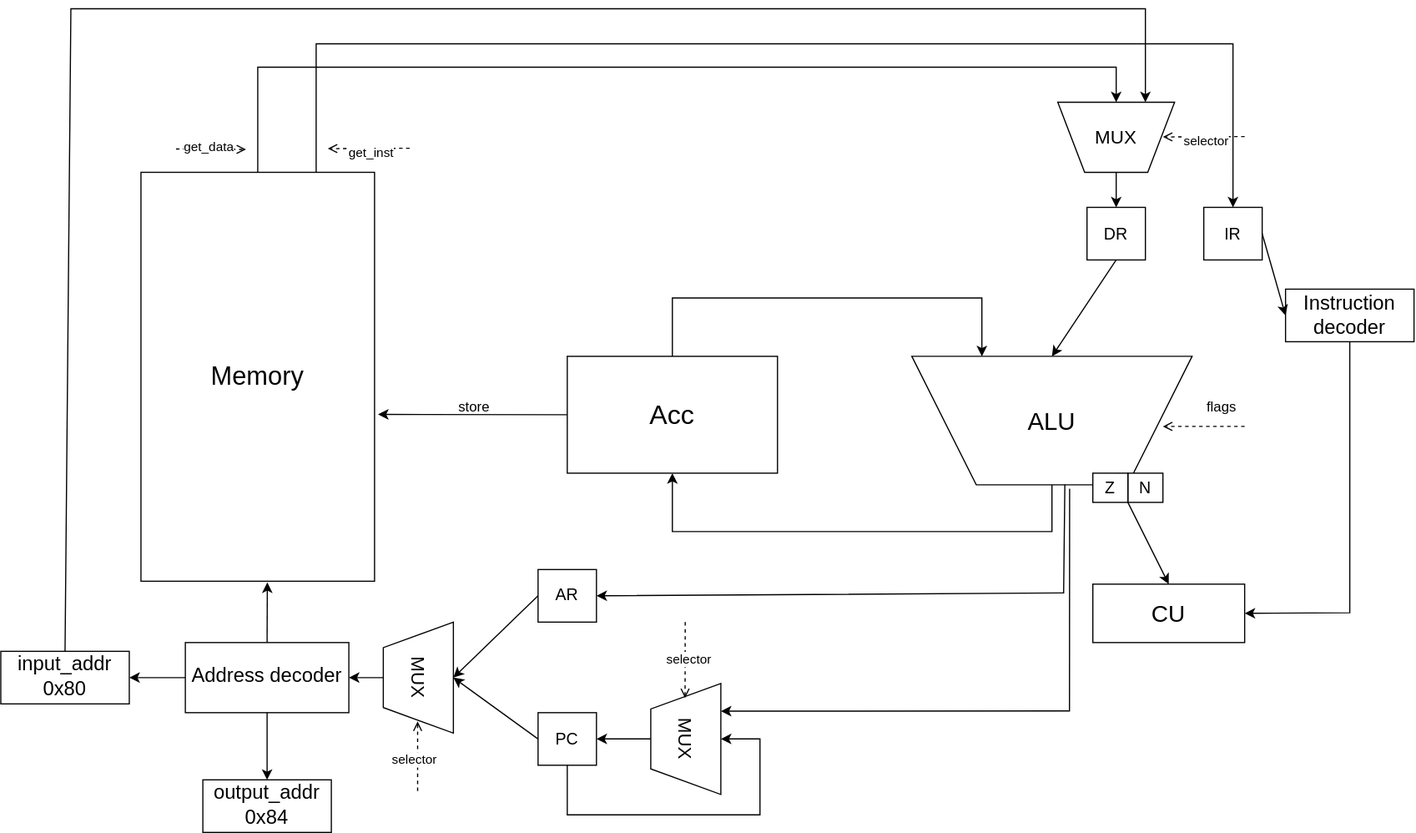
anasttass/itmo keeps this draw.io diagram as csa/Acc.svg. Above is the earlier version. Source tidied: cells renumbered, new cells last; positions are measured from the earlier drawing's top-left corner, leaving out a move shared by most shapes. Source of this version:
```xml
<mxGraphModel>
  <root>
    <mxCell id="0" />
    <mxCell id="1" parent="0" />
    <mxCell id="2" value="&lt;font style=&quot;font-size: 22px;&quot;&gt;Memory&lt;/font&gt;" style="rounded=0;whiteSpace=wrap;html=1;" parent="1" vertex="1">
      <mxGeometry x="120" y="140" width="200" height="350" as="geometry" />
    </mxCell>
    <mxCell id="3" value="&lt;font style=&quot;font-size: 23px;&quot;&gt;Acc&lt;/font&gt;" style="rounded=0;whiteSpace=wrap;html=1;" parent="1" vertex="1">
      <mxGeometry x="485" y="297.5" width="180" height="100" as="geometry" />
    </mxCell>
    <mxCell id="4" value="&lt;font style=&quot;font-size: 17px;&quot;&gt;Address decoder&lt;/font&gt;" style="rounded=0;whiteSpace=wrap;html=1;" parent="1" vertex="1">
      <mxGeometry x="158" y="542.5" width="140" height="60" as="geometry" />
    </mxCell>
    <mxCell id="5" value="&lt;font style=&quot;font-size: 17px;&quot;&gt;Instruction decoder&lt;/font&gt;" style="rounded=0;whiteSpace=wrap;html=1;" parent="1" vertex="1">
      <mxGeometry x="1100" y="240" width="110" height="45" as="geometry" />
    </mxCell>
    <mxCell id="6" value="&lt;span style=&quot;font-size: 17px;&quot;&gt;input_addr&lt;/span&gt;&lt;div&gt;&lt;span style=&quot;font-size: 17px;&quot;&gt;0x80&lt;/span&gt;&lt;/div&gt;" style="rounded=0;whiteSpace=wrap;html=1;" parent="1" vertex="1">
      <mxGeometry y="550" width="110" height="45" as="geometry" />
    </mxCell>
    <mxCell id="7" value="&lt;span style=&quot;font-size: 17px;&quot;&gt;output_addr&lt;/span&gt;&lt;div&gt;&lt;span style=&quot;font-size: 17px;&quot;&gt;0x84&lt;/span&gt;&lt;/div&gt;" style="rounded=0;whiteSpace=wrap;html=1;" parent="1" vertex="1">
      <mxGeometry x="173" y="660" width="110" height="45" as="geometry" />
    </mxCell>
    <mxCell id="8" value="&lt;font style=&quot;font-size: 14px;&quot;&gt;PC&lt;/font&gt;" style="rounded=0;whiteSpace=wrap;html=1;" parent="1" vertex="1">
      <mxGeometry x="460" y="602.5" width="50" height="45" as="geometry" />
    </mxCell>
    <mxCell id="9" value="&lt;font style=&quot;font-size: 14px;&quot;&gt;IR&lt;/font&gt;" style="rounded=0;whiteSpace=wrap;html=1;" parent="1" vertex="1">
      <mxGeometry x="1030" y="170" width="50" height="45" as="geometry" />
    </mxCell>
    <mxCell id="10" value="&lt;span style=&quot;font-size: 14px;&quot;&gt;DR&lt;/span&gt;" style="rounded=0;whiteSpace=wrap;html=1;" parent="1" vertex="1">
      <mxGeometry x="930" y="170" width="50" height="45" as="geometry" />
    </mxCell>
    <mxCell id="11" value="&lt;font style=&quot;font-size: 21px;&quot;&gt;ALU&lt;/font&gt;" style="verticalLabelPosition=middle;verticalAlign=middle;html=1;shape=trapezoid;perimeter=trapezoidPerimeter;whiteSpace=wrap;size=0.23;arcSize=10;flipV=1;labelPosition=center;align=center;" parent="1" vertex="1">
      <mxGeometry x="780" y="297.5" width="240" height="110" as="geometry" />
    </mxCell>
    <mxCell id="12" value="&lt;font style=&quot;font-size: 16px;&quot;&gt;MUX&lt;/font&gt;" style="verticalLabelPosition=middle;verticalAlign=middle;html=1;shape=trapezoid;perimeter=trapezoidPerimeter;whiteSpace=wrap;size=0.23;arcSize=10;flipV=1;labelPosition=center;align=center;" parent="1" vertex="1">
      <mxGeometry x="905" y="80" width="100" height="60" as="geometry" />
    </mxCell>
    <mxCell id="13" value="&lt;font style=&quot;font-size: 16px;&quot;&gt;MUX&lt;/font&gt;" style="verticalLabelPosition=middle;verticalAlign=middle;html=1;shape=trapezoid;perimeter=trapezoidPerimeter;whiteSpace=wrap;size=0.23;arcSize=10;flipV=1;labelPosition=center;align=center;rotation=90;" parent="1" vertex="1">
      <mxGeometry x="539" y="595" width="95" height="60" as="geometry" />
    </mxCell>
    <mxCell id="14" style="endArrow=classic;html=1;rounded=0;exitX=0.5;exitY=0;exitDx=0;exitDy=0;entryX=0.541;entryY=1.003;entryDx=0;entryDy=0;entryPerimeter=0;" parent="1" edge="1" source="4" target="2">
      <mxGeometry relative="1" as="geometry" />
    </mxCell>
    <mxCell id="15" style="endArrow=classic;html=1;rounded=0;exitX=0;exitY=0.5;exitDx=0;exitDy=0;entryX=1;entryY=0.5;entryDx=0;entryDy=0;" parent="1" edge="1" source="4" target="6">
      <mxGeometry relative="1" as="geometry" />
    </mxCell>
    <mxCell id="16" style="endArrow=classic;html=1;rounded=0;exitX=0.5;exitY=1;exitDx=0;exitDy=0;entryX=0.5;entryY=0;entryDx=0;entryDy=0;" parent="1" edge="1" source="4" target="7">
      <mxGeometry relative="1" as="geometry" />
    </mxCell>
    <mxCell id="17" style="endArrow=classic;html=1;rounded=0;entryX=0.75;entryY=0;entryDx=0;entryDy=0;exitX=0.5;exitY=0;exitDx=0;exitDy=0;" parent="1" edge="1" source="6" target="12">
      <mxGeometry relative="1" as="geometry">
        <Array as="points">
          <mxPoint x="60" />
          <mxPoint x="980" />
        </Array>
      </mxGeometry>
    </mxCell>
    <mxCell id="18" style="endArrow=classic;html=1;rounded=0;exitX=0.5;exitY=0;exitDx=0;exitDy=0;entryX=0.5;entryY=0;entryDx=0;entryDy=0;" parent="1" edge="1" source="2" target="12">
      <mxGeometry relative="1" as="geometry">
        <Array as="points">
          <mxPoint x="220" y="50" />
          <mxPoint x="955" y="50" />
        </Array>
      </mxGeometry>
    </mxCell>
    <mxCell id="19" value="&lt;font style=&quot;font-size: 14px;&quot;&gt;N&lt;/font&gt;" style="rounded=0;whiteSpace=wrap;html=1;" parent="1" vertex="1">
      <mxGeometry x="965" y="397.5" width="30" height="25" as="geometry" />
    </mxCell>
    <mxCell id="20" value="&lt;font style=&quot;font-size: 14px;&quot;&gt;Z&lt;/font&gt;" style="rounded=0;whiteSpace=wrap;html=1;" parent="1" vertex="1">
      <mxGeometry x="935" y="397.5" width="30" height="25" as="geometry" />
    </mxCell>
    <mxCell id="21" value="&lt;font style=&quot;font-size: 20px;&quot;&gt;CU&lt;/font&gt;" style="rounded=0;whiteSpace=wrap;html=1;" parent="1" vertex="1">
      <mxGeometry x="935" y="492.5" width="130" height="50" as="geometry" />
    </mxCell>
    <mxCell id="22" style="endArrow=classic;html=1;rounded=0;entryX=0.5;entryY=0;entryDx=0;entryDy=0;exitX=1;exitY=1;exitDx=0;exitDy=0;" parent="1" edge="1" source="20" target="21">
      <mxGeometry relative="1" as="geometry" />
    </mxCell>
    <mxCell id="23" style="endArrow=classic;html=1;rounded=0;exitX=0.5;exitY=1;exitDx=0;exitDy=0;entryX=0.5;entryY=1;entryDx=0;entryDy=0;" parent="1" edge="1" source="11" target="3">
      <mxGeometry relative="1" as="geometry">
        <Array as="points">
          <mxPoint x="900" y="447.5" />
          <mxPoint x="575" y="447.5" />
        </Array>
      </mxGeometry>
    </mxCell>
    <mxCell id="24" style="endArrow=classic;html=1;rounded=0;entryX=0.5;entryY=0;entryDx=0;entryDy=0;exitX=0.5;exitY=1;exitDx=0;exitDy=0;" parent="1" edge="1" source="10" target="11">
      <mxGeometry relative="1" as="geometry" />
    </mxCell>
    <mxCell id="25" style="endArrow=classic;html=1;rounded=0;exitX=0.5;exitY=0;exitDx=0;exitDy=0;entryX=0.25;entryY=0;entryDx=0;entryDy=0;" parent="1" edge="1" source="3" target="11">
      <mxGeometry relative="1" as="geometry">
        <Array as="points">
          <mxPoint x="575" y="247.5" />
          <mxPoint x="840" y="247.5" />
        </Array>
      </mxGeometry>
    </mxCell>
    <mxCell id="26" style="endArrow=classic;html=1;rounded=0;exitX=0.5;exitY=1;exitDx=0;exitDy=0;entryX=0.5;entryY=0;entryDx=0;entryDy=0;" parent="1" edge="1" source="12" target="10">
      <mxGeometry relative="1" as="geometry" />
    </mxCell>
    <mxCell id="27" style="endArrow=open;html=1;rounded=0;dashed=1;strokeWidth=1;endFill=0;" parent="1" edge="1">
      <mxGeometry relative="1" as="geometry">
        <mxPoint x="1065" y="357.5" as="sourcePoint" />
        <mxPoint x="995" y="357.5" as="targetPoint" />
      </mxGeometry>
    </mxCell>
    <mxCell id="28" value="flags" style="text;html=1;align=center;verticalAlign=middle;strokeColor=none;fillColor=none;strokeWidth=2;" parent="1" vertex="1">
      <mxGeometry x="1020" y="325.5" width="50" height="30" as="geometry" />
    </mxCell>
    <mxCell id="29" style="endArrow=classic;html=1;rounded=0;exitX=1;exitY=0.5;exitDx=0;exitDy=0;entryX=0;entryY=0.5;entryDx=0;entryDy=0;" parent="1" edge="1" source="9" target="5">
      <mxGeometry relative="1" as="geometry" />
    </mxCell>
    <mxCell id="30" style="endArrow=classic;html=1;rounded=0;exitX=0.5;exitY=1;exitDx=0;exitDy=0;entryX=1;entryY=0.5;entryDx=0;entryDy=0;" parent="1" edge="1" source="5" target="21">
      <mxGeometry relative="1" as="geometry">
        <Array as="points">
          <mxPoint x="1155" y="517" />
        </Array>
      </mxGeometry>
    </mxCell>
    <mxCell id="31" style="endArrow=classic;html=1;rounded=0;exitX=0;exitY=0.5;exitDx=0;exitDy=0;entryX=1.015;entryY=0.592;entryDx=0;entryDy=0;entryPerimeter=0;" parent="1" edge="1" source="3" target="2">
      <mxGeometry relative="1" as="geometry" />
    </mxCell>
    <mxCell id="32" style="endArrow=classic;html=1;rounded=0;exitX=0.563;exitY=-0.03;exitDx=0;exitDy=0;exitPerimeter=0;entryX=0.25;entryY=0;entryDx=0;entryDy=0;" parent="1" edge="1" source="11" target="13">
      <mxGeometry relative="1" as="geometry">
        <Array as="points">
          <mxPoint x="915" y="601" />
        </Array>
      </mxGeometry>
    </mxCell>
    <mxCell id="33" style="endArrow=classic;html=1;rounded=0;exitX=0.5;exitY=1;exitDx=0;exitDy=0;entryX=0.5;entryY=0;entryDx=0;entryDy=0;" parent="1" edge="1" source="8" target="13">
      <mxGeometry relative="1" as="geometry">
        <Array as="points">
          <mxPoint x="485" y="690" />
          <mxPoint x="650" y="690" />
          <mxPoint x="650" y="625" />
        </Array>
      </mxGeometry>
    </mxCell>
    <mxCell id="34" style="endArrow=classic;html=1;rounded=0;exitX=0.5;exitY=1;exitDx=0;exitDy=0;entryX=1;entryY=0.5;entryDx=0;entryDy=0;" parent="1" edge="1" source="13" target="8">
      <mxGeometry relative="1" as="geometry" />
    </mxCell>
    <mxCell id="35" value="&lt;span style=&quot;font-size: 14px;&quot;&gt;AR&lt;/span&gt;" style="rounded=0;whiteSpace=wrap;html=1;" parent="1" vertex="1">
      <mxGeometry x="460" y="480" width="50" height="45" as="geometry" />
    </mxCell>
    <mxCell id="36" value="&lt;font style=&quot;font-size: 16px;&quot;&gt;MUX&lt;/font&gt;" style="verticalLabelPosition=middle;verticalAlign=middle;html=1;shape=trapezoid;perimeter=trapezoidPerimeter;whiteSpace=wrap;size=0.23;arcSize=10;flipV=1;labelPosition=center;align=center;rotation=90;" parent="1" vertex="1">
      <mxGeometry x="310" y="542.5" width="95" height="60" as="geometry" />
    </mxCell>
    <mxCell id="37" style="endArrow=classic;html=1;rounded=0;exitX=0.546;exitY=0.002;exitDx=0;exitDy=0;exitPerimeter=0;entryX=1;entryY=0.5;entryDx=0;entryDy=0;" parent="1" edge="1" source="11" target="35">
      <mxGeometry relative="1" as="geometry">
        <Array as="points">
          <mxPoint x="910" y="500" />
        </Array>
      </mxGeometry>
    </mxCell>
    <mxCell id="38" style="endArrow=classic;html=1;rounded=0;exitX=0;exitY=0.5;exitDx=0;exitDy=0;entryX=0.5;entryY=0;entryDx=0;entryDy=0;" parent="1" edge="1" source="35" target="36">
      <mxGeometry relative="1" as="geometry" />
    </mxCell>
    <mxCell id="39" style="endArrow=classic;html=1;rounded=0;exitX=0;exitY=0.5;exitDx=0;exitDy=0;entryX=0.5;entryY=0;entryDx=0;entryDy=0;" parent="1" edge="1" source="8" target="36">
      <mxGeometry relative="1" as="geometry" />
    </mxCell>
    <mxCell id="40" style="endArrow=classic;html=1;rounded=0;exitX=0.5;exitY=1;exitDx=0;exitDy=0;entryX=1;entryY=0.5;entryDx=0;entryDy=0;" parent="1" edge="1" source="36" target="4">
      <mxGeometry relative="1" as="geometry" />
    </mxCell>
    <mxCell id="41" style="endArrow=open;html=1;rounded=0;dashed=1;strokeWidth=1;endFill=0;" parent="1" edge="1">
      <mxGeometry relative="1" as="geometry">
        <mxPoint x="1065" y="109.4" as="sourcePoint" />
        <mxPoint x="995" y="109.8" as="targetPoint" />
      </mxGeometry>
    </mxCell>
    <mxCell id="42" value="selector" style="edgeLabel;html=1;align=center;verticalAlign=middle;" parent="41" vertex="1">
      <mxGeometry x="-0.06" y="3" relative="1" as="geometry">
        <mxPoint x="-1" as="offset" />
      </mxGeometry>
    </mxCell>
    <mxCell id="43" style="endArrow=open;html=1;rounded=0;dashed=1;strokeWidth=1;endFill=0;" parent="1" edge="1">
      <mxGeometry relative="1" as="geometry">
        <mxPoint x="356.9" y="669.6" as="sourcePoint" />
        <mxPoint x="356.9" y="610" as="targetPoint" />
      </mxGeometry>
    </mxCell>
    <mxCell id="44" value="selector" style="edgeLabel;html=1;align=center;verticalAlign=middle;" parent="43" vertex="1">
      <mxGeometry x="-0.06" y="3" relative="1" as="geometry">
        <mxPoint x="-1" as="offset" />
      </mxGeometry>
    </mxCell>
    <mxCell id="45" style="endArrow=open;html=1;rounded=0;dashed=1;strokeWidth=1;endFill=0;" parent="1" edge="1">
      <mxGeometry relative="1" as="geometry">
        <mxPoint x="586" y="525" as="sourcePoint" />
        <mxPoint x="585.9" y="590" as="targetPoint" />
      </mxGeometry>
    </mxCell>
    <mxCell id="46" value="selector" style="edgeLabel;html=1;align=center;verticalAlign=middle;" parent="45" vertex="1">
      <mxGeometry x="-0.06" y="3" relative="1" as="geometry">
        <mxPoint x="-1" as="offset" />
      </mxGeometry>
    </mxCell>
    <mxCell id="47" value="store" style="text;html=1;align=center;verticalAlign=middle;strokeColor=none;fillColor=none;" parent="1" vertex="1">
      <mxGeometry x="380" y="325.5" width="50" height="30" as="geometry" />
    </mxCell>
    <mxCell id="48" style="endArrow=classic;html=1;rounded=0;exitX=0.75;exitY=0;exitDx=0;exitDy=0;entryX=0.5;entryY=0;entryDx=0;entryDy=0;" parent="1" edge="1" source="2" target="9">
      <mxGeometry relative="1" as="geometry">
        <Array as="points">
          <mxPoint x="270" y="30" />
          <mxPoint x="1055" y="30" />
        </Array>
      </mxGeometry>
    </mxCell>
    <mxCell id="49" style="endArrow=open;html=1;rounded=0;dashed=1;strokeWidth=1;endFill=0;" parent="1" edge="1">
      <mxGeometry relative="1" as="geometry">
        <mxPoint x="350" y="119.4" as="sourcePoint" />
        <mxPoint x="280" y="119.8" as="targetPoint" />
      </mxGeometry>
    </mxCell>
    <mxCell id="50" value="get_inst" style="edgeLabel;html=1;align=center;verticalAlign=middle;" parent="49" vertex="1">
      <mxGeometry x="-0.06" y="3" relative="1" as="geometry">
        <mxPoint x="-1" as="offset" />
      </mxGeometry>
    </mxCell>
    <mxCell id="51" style="endArrow=open;html=1;rounded=0;dashed=1;strokeWidth=1;endFill=0;" parent="1" edge="1">
      <mxGeometry relative="1" as="geometry">
        <mxPoint x="150" y="120" as="sourcePoint" />
        <mxPoint x="210" y="120.4" as="targetPoint" />
      </mxGeometry>
    </mxCell>
    <mxCell id="52" value="get_data" style="edgeLabel;html=1;align=center;verticalAlign=middle;" parent="51" vertex="1">
      <mxGeometry x="-0.06" y="3" relative="1" as="geometry">
        <mxPoint x="-1" as="offset" />
      </mxGeometry>
    </mxCell>
  </root>
</mxGraphModel>
```
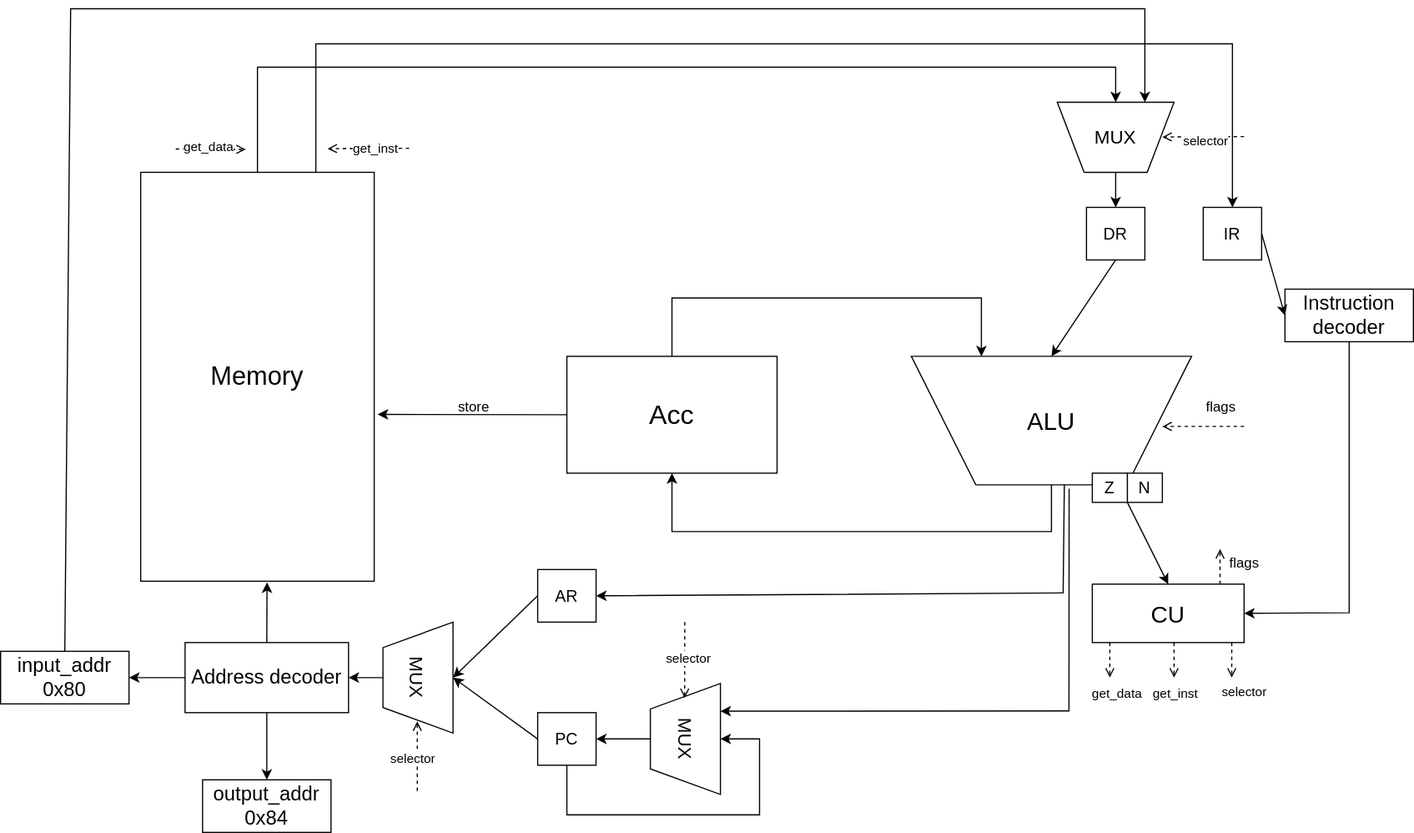
After the change.

Diff of the diagram source:
```diff
@@ -212,7 +212,7 @@
     </mxCell>
     <mxCell id="50" value="get_inst" style="edgeLabel;html=1;align=center;verticalAlign=middle;" parent="49" vertex="1">
       <mxGeometry x="-0.06" y="3" relative="1" as="geometry">
-        <mxPoint x="-1" as="offset" />
+        <mxPoint x="3" y="-3" as="offset" />
       </mxGeometry>
     </mxCell>
     <mxCell id="51" style="endArrow=open;html=1;rounded=0;dashed=1;strokeWidth=1;endFill=0;" parent="1" edge="1">
@@ -226,5 +226,43 @@
         <mxPoint x="-1" as="offset" />
       </mxGeometry>
     </mxCell>
+    <mxCell id="53" style="endArrow=open;html=1;rounded=0;dashed=1;strokeWidth=1;endFill=0;" parent="1" edge="1">
+      <mxGeometry relative="1" as="geometry">
+        <mxPoint x="1044.4" y="492.5" as="sourcePoint" />
+        <mxPoint x="1044.4" y="462.5" as="targetPoint" />
+      </mxGeometry>
+    </mxCell>
+    <mxCell id="54" style="endArrow=open;html=1;rounded=0;dashed=1;strokeWidth=1;endFill=0;" parent="1" edge="1">
+      <mxGeometry relative="1" as="geometry">
+        <mxPoint x="1054.4" y="542.5" as="sourcePoint" />
+        <mxPoint x="1054.4" y="572.5" as="targetPoint" />
+      </mxGeometry>
+    </mxCell>
+    <mxCell id="55" style="endArrow=open;html=1;rounded=0;dashed=1;strokeWidth=1;endFill=0;" parent="1" edge="1">
+      <mxGeometry relative="1" as="geometry">
+        <mxPoint x="1005" y="542.5" as="sourcePoint" />
+        <mxPoint x="1005" y="572.5" as="targetPoint" />
+      </mxGeometry>
+    </mxCell>
+    <mxCell id="56" style="endArrow=open;html=1;rounded=0;dashed=1;strokeWidth=1;endFill=0;" parent="1" edge="1">
+      <mxGeometry relative="1" as="geometry">
+        <mxPoint x="950" y="542.5" as="sourcePoint" />
+        <mxPoint x="950" y="572.5" as="targetPoint" />
+      </mxGeometry>
+    </mxCell>
+    <mxCell id="57" value="flags" style="text;html=1;align=center;verticalAlign=middle;strokeColor=none;fillColor=none;strokeWidth=2;" parent="1" vertex="1">
+      <mxGeometry x="1040" y="460" width="50" height="30" as="geometry" />
+    </mxCell>
+    <mxCell id="58" value="selector" style="edgeLabel;html=1;align=center;verticalAlign=middle;" parent="1" vertex="1">
+      <mxGeometry x="930" y="585" as="geometry">
+        <mxPoint x="134" y="-1" as="offset" />
+      </mxGeometry>
+    </mxCell>
+    <mxCell id="59" value="get_inst" style="edgeLabel;html=1;align=center;verticalAlign=middle;" parent="1" vertex="1">
+      <mxGeometry x="1005" y="585" as="geometry" />
+    </mxCell>
+    <mxCell id="60" value="get_data" style="edgeLabel;html=1;align=center;verticalAlign=middle;" parent="1" vertex="1">
+      <mxGeometry x="955" y="585" as="geometry" />
+    </mxCell>
   </root>
 </mxGraphModel>
```
